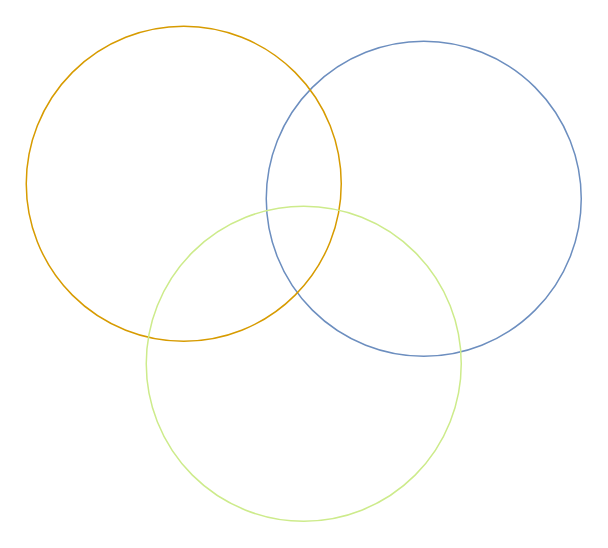
The draw.io diagram 未命名绘图.drawio in lyh-5676/flowchart, before the edit. Source tidied: cells renumbered, new cells numbered last; positions are measured from the earlier drawing's top-left corner, leaving out a move shared by most shapes. Both pictures are drawn from the tidied source at 150%, with x=0, y=0 at pixel (26, 26).
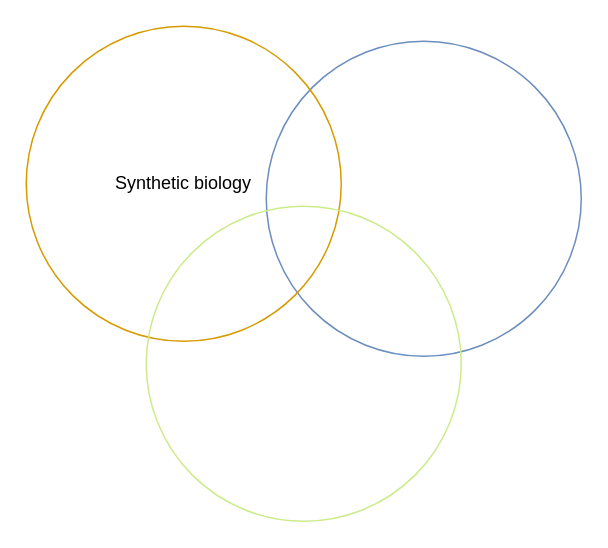
The same diagram, later.

Diff of the diagram source:
```diff
@@
 <mxGraphModel>
   <root>
     <mxCell id="0" />
     <mxCell id="1" parent="0" />
     <mxCell id="2" style="ellipse;whiteSpace=wrap;html=1;fillColor=none;strokeColor=#6c8ebf;" parent="1" vertex="1">
       <mxGeometry x="160" y="10" width="210" height="210" as="geometry" />
     </mxCell>
-    <mxCell id="3" style="ellipse;whiteSpace=wrap;html=1;fillColor=none;strokeColor=#d79b00;" parent="1" vertex="1">
+    <mxCell id="3" value="Synthetic biology" style="ellipse;whiteSpace=wrap;html=1;fillColor=none;strokeColor=#d79b00;" parent="1" vertex="1">
       <mxGeometry width="210" height="210" as="geometry" />
     </mxCell>
     <mxCell id="4" style="ellipse;whiteSpace=wrap;html=1;fillColor=none;strokeColor=#CDEB8B;" parent="1" vertex="1">
       <mxGeometry x="80" y="120" width="210" height="210" as="geometry" />
     </mxCell>
   </root>
 </mxGraphModel>
```
